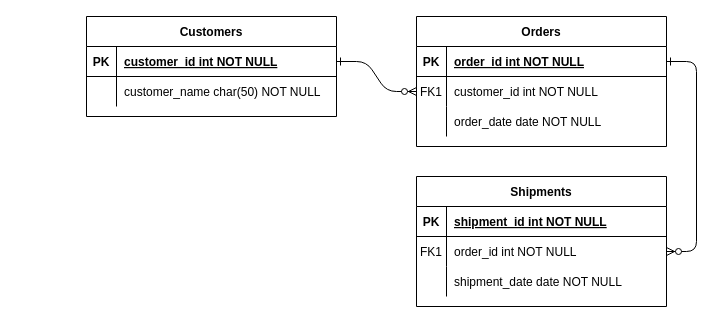
klueless-io/k_builder keeps this draw.io diagram as Sample.drawio. Above is the earlier version. Source tidied: cells renumbered, new cells numbered last; positions are measured from the earlier drawing's top-left corner, leaving out a move shared by most shapes. Both pictures are drawn from the tidied source at 100%, with x=0, y=0 at pixel (86, 16).
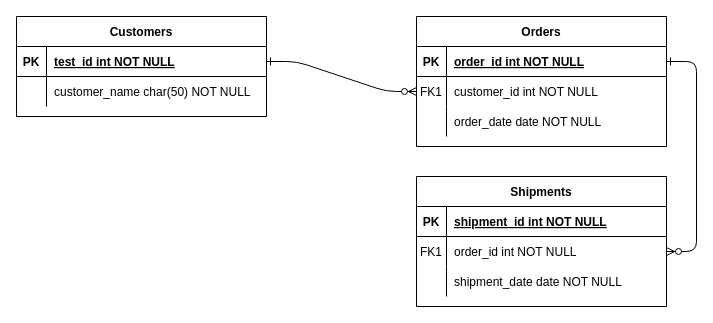
After the change.

The change refers to these unchanged cells:
```xml
<mxCell id="25" style="shape=partialRectangle;fillColor=none;points=[[0,0.5],[1,0.5]];portConstraint=eastwest;top=0;left=0;right=0;bottom=1;" parent="24" vertex="1">
  <mxGeometry y="30" width="250" height="30" as="geometry" />
</mxCell>
```

Change to the diagram source:
```diff
@@
     <mxCell id="24" value="Customers" style="shape=table;startSize=30;childLayout=tableLayout;rowLines=0;fontStyle=1;align=center;" parent="1" vertex="1">
-      <mxGeometry width="250" height="100" as="geometry" />
+      <mxGeometry x="-70" width="250" height="100" as="geometry" />
     </mxCell>
@@
-    <mxCell id="27" value="customer_id int NOT NULL " style="shape=partialRectangle;overflow=hidden;fillColor=none;top=0;left=0;bottom=0;right=0;align=left;spacingLeft=6;fontStyle=5;" parent="25" vertex="1">
+    <mxCell id="27" value="test_id int NOT NULL " style="shape=partialRectangle;overflow=hidden;fillColor=none;top=0;left=0;bottom=0;right=0;align=left;spacingLeft=6;fontStyle=5;" parent="25" vertex="1">
       <mxGeometry x="30" width="220" height="30" as="geometry" />
     </mxCell>
```
